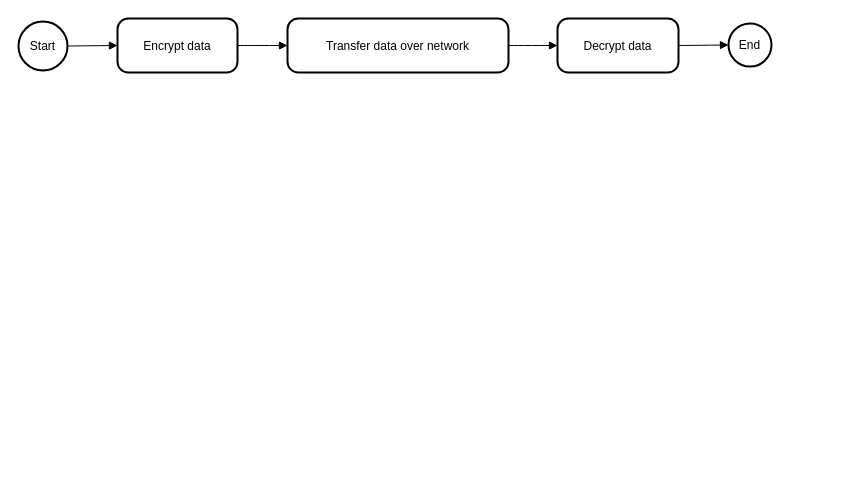
kartik1appsmartz/Test keeps this draw.io diagram as Untitled Diagram.drawio. Above is the earlier version. Source tidied: cells renumbered, new cells numbered last; positions are measured from the earlier drawing's top-left corner, leaving out a move shared by most shapes. Both pictures are drawn from the tidied source at 100%, with x=0, y=0 at pixel (18, 18).
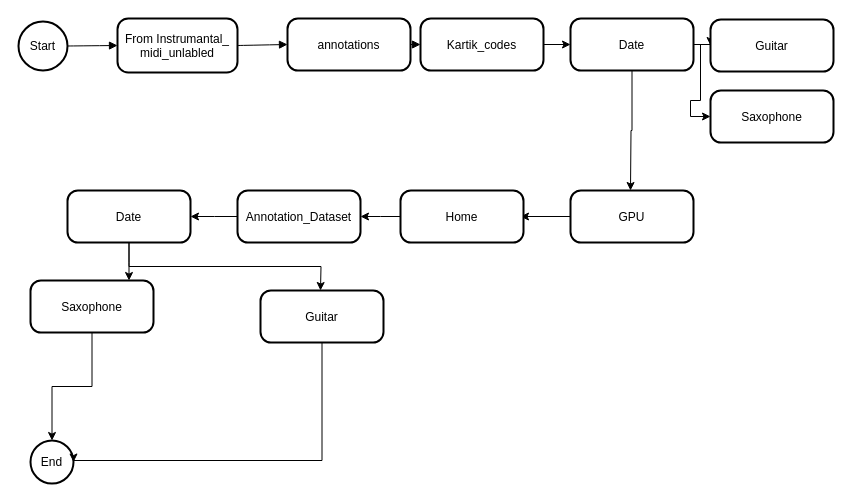
The same page after the edit.

Commit message:
Annotations_transfer

Change to the diagram source:
```diff
@@
-    <mxCell id="3" value="Encrypt data" style="rounded=1;arcSize=20;strokeWidth=2;" parent="1" vertex="1">
+    <mxCell id="3" value="From Instrumantal_&#10;midi_unlabled" style="rounded=1;arcSize=20;strokeWidth=2;" parent="1" vertex="1">
       <mxGeometry x="99" width="120" height="54" as="geometry" />
     </mxCell>
-    <mxCell id="4" value="Transfer data over network" style="rounded=1;arcSize=20;strokeWidth=2;" parent="1" vertex="1">
-      <mxGeometry x="269" width="221" height="54" as="geometry" />
+    <mxCell id="4" value="annotations" style="rounded=1;arcSize=20;strokeWidth=2;" parent="1" vertex="1">
+      <mxGeometry x="269" width="123" height="52" as="geometry" />
     </mxCell>
-    <mxCell id="5" value="Decrypt data" style="rounded=1;arcSize=20;strokeWidth=2;" parent="1" vertex="1">
-      <mxGeometry x="539" width="121" height="54" as="geometry" />
-    </mxCell>
     <mxCell id="6" value="End" style="ellipse;strokeWidth=2;whiteSpace=wrap;" parent="1" vertex="1">
-      <mxGeometry x="710" y="5" width="43" height="43" as="geometry" />
+      <mxGeometry x="12" y="422" width="43" height="43" as="geometry" />
     </mxCell>
@@
-    <mxCell id="9" style="curved=1;startArrow=none;endArrow=block;exitX=1;exitY=0.5;entryX=0;entryY=0.5;" parent="1" edge="1" source="4" target="5">
-      <mxGeometry relative="1" as="geometry" />
-    </mxCell>
-    <mxCell id="10" style="curved=1;startArrow=none;endArrow=block;exitX=1;exitY=0.5;entryX=0;entryY=0.51;" parent="1" edge="1" source="5" target="6">
-      <mxGeometry relative="1" as="geometry" />
-    </mxCell>
+    <mxCell id="11" style="curved=1;startArrow=none;endArrow=block;exitX=1;exitY=0.5;entryX=0;entryY=0.5;" parent="1" edge="1" source="4" target="13">
+      <mxGeometry relative="1" as="geometry" />
+    </mxCell>
+    <mxCell id="12" style="edgeStyle=orthogonalEdgeStyle;rounded=0;jettySize=auto;html=1;exitX=1;exitY=0.5;exitDx=0;exitDy=0;entryX=0;entryY=0.5;entryDx=0;entryDy=0;" parent="1" edge="1" source="13" target="17">
+      <mxGeometry relative="1" as="geometry" />
+    </mxCell>
+    <mxCell id="13" value="Kartik_codes" style="rounded=1;arcSize=20;strokeWidth=2;" parent="1" vertex="1">
+      <mxGeometry x="402" width="123" height="52" as="geometry" />
+    </mxCell>
+    <mxCell id="14" style="edgeStyle=orthogonalEdgeStyle;rounded=0;jettySize=auto;html=1;exitX=1;exitY=0.5;exitDx=0;exitDy=0;entryX=0;entryY=0.5;entryDx=0;entryDy=0;" parent="1" edge="1" source="17" target="19">
+      <mxGeometry relative="1" as="geometry" />
+    </mxCell>
+    <mxCell id="15" style="edgeStyle=orthogonalEdgeStyle;rounded=0;jettySize=auto;html=1;exitX=1;exitY=0.5;exitDx=0;exitDy=0;entryX=0;entryY=0.5;entryDx=0;entryDy=0;" parent="1" edge="1" source="17" target="18">
+      <mxGeometry relative="1" as="geometry">
+        <Array as="points">
+          <mxPoint x="682" y="26" />
+          <mxPoint x="682" y="82" />
+          <mxPoint x="672" y="82" />
+          <mxPoint x="672" y="98" />
+        </Array>
+      </mxGeometry>
+    </mxCell>
+    <mxCell id="16" style="edgeStyle=orthogonalEdgeStyle;rounded=0;jettySize=auto;html=1;exitX=0.5;exitY=1;exitDx=0;exitDy=0;" parent="1" edge="1" source="17">
+      <mxGeometry relative="1" as="geometry">
+        <mxPoint x="612" y="172" as="targetPoint" />
+      </mxGeometry>
+    </mxCell>
+    <mxCell id="17" value="Date" style="rounded=1;arcSize=20;strokeWidth=2;" parent="1" vertex="1">
+      <mxGeometry x="552" width="123" height="52" as="geometry" />
+    </mxCell>
+    <mxCell id="18" value="Saxophone" style="rounded=1;arcSize=20;strokeWidth=2;" parent="1" vertex="1">
+      <mxGeometry x="692" y="72" width="123" height="52" as="geometry" />
+    </mxCell>
+    <mxCell id="19" value="Guitar" style="rounded=1;arcSize=20;strokeWidth=2;" parent="1" vertex="1">
+      <mxGeometry x="692" y="1" width="123" height="52" as="geometry" />
+    </mxCell>
+    <mxCell id="20" style="edgeStyle=orthogonalEdgeStyle;rounded=0;jettySize=auto;html=1;exitX=0;exitY=0.5;exitDx=0;exitDy=0;" parent="1" edge="1" source="21">
+      <mxGeometry relative="1" as="geometry">
+        <mxPoint x="502" y="198" as="targetPoint" />
+      </mxGeometry>
+    </mxCell>
+    <mxCell id="21" value="GPU" style="rounded=1;arcSize=20;strokeWidth=2;" parent="1" vertex="1">
+      <mxGeometry x="552" y="172" width="123" height="52" as="geometry" />
+    </mxCell>
+    <mxCell id="22" style="edgeStyle=orthogonalEdgeStyle;rounded=0;jettySize=auto;html=1;exitX=0;exitY=0.5;exitDx=0;exitDy=0;" parent="1" edge="1" source="23">
+      <mxGeometry relative="1" as="geometry">
+        <mxPoint x="342" y="198" as="targetPoint" />
+      </mxGeometry>
+    </mxCell>
+    <mxCell id="23" value="Home" style="rounded=1;arcSize=20;strokeWidth=2;" parent="1" vertex="1">
+      <mxGeometry x="382" y="172" width="123" height="52" as="geometry" />
+    </mxCell>
+    <mxCell id="24" style="edgeStyle=orthogonalEdgeStyle;rounded=0;jettySize=auto;html=1;exitX=0;exitY=0.5;exitDx=0;exitDy=0;" parent="1" edge="1" source="25">
+      <mxGeometry relative="1" as="geometry">
+        <mxPoint x="172" y="198" as="targetPoint" />
+      </mxGeometry>
+    </mxCell>
+    <mxCell id="25" value="Annotation_Dataset" style="rounded=1;arcSize=20;strokeWidth=2;" parent="1" vertex="1">
+      <mxGeometry x="219" y="172" width="123" height="52" as="geometry" />
+    </mxCell>
+    <mxCell id="26" style="edgeStyle=orthogonalEdgeStyle;rounded=0;jettySize=auto;html=1;" parent="1" edge="1" source="28">
+      <mxGeometry relative="1" as="geometry">
+        <mxPoint x="110.5" y="262" as="targetPoint" />
+      </mxGeometry>
+    </mxCell>
+    <mxCell id="27" style="edgeStyle=orthogonalEdgeStyle;rounded=0;jettySize=auto;html=1;exitX=0.5;exitY=1;exitDx=0;exitDy=0;" parent="1" edge="1" source="28">
+      <mxGeometry relative="1" as="geometry">
+        <mxPoint x="302" y="272" as="targetPoint" />
+      </mxGeometry>
+    </mxCell>
+    <mxCell id="28" value="Date" style="rounded=1;arcSize=20;strokeWidth=2;" parent="1" vertex="1">
+      <mxGeometry x="49" y="172" width="123" height="52" as="geometry" />
+    </mxCell>
+    <mxCell id="29" style="edgeStyle=orthogonalEdgeStyle;rounded=0;jettySize=auto;html=1;exitX=0.5;exitY=1;exitDx=0;exitDy=0;entryX=1;entryY=0.5;entryDx=0;entryDy=0;" parent="1" edge="1" source="30" target="6">
+      <mxGeometry relative="1" as="geometry">
+        <Array as="points">
+          <mxPoint x="304" y="442" />
+          <mxPoint x="55" y="442" />
+        </Array>
+      </mxGeometry>
+    </mxCell>
+    <mxCell id="30" value="Guitar" style="rounded=1;arcSize=20;strokeWidth=2;" parent="1" vertex="1">
+      <mxGeometry x="242" y="272" width="123" height="52" as="geometry" />
+    </mxCell>
+    <mxCell id="31" style="edgeStyle=orthogonalEdgeStyle;rounded=0;jettySize=auto;html=1;exitX=0.5;exitY=1;exitDx=0;exitDy=0;" parent="1" edge="1" source="32" target="6">
+      <mxGeometry relative="1" as="geometry" />
+    </mxCell>
+    <mxCell id="32" value="Saxophone" style="rounded=1;arcSize=20;strokeWidth=2;" parent="1" vertex="1">
+      <mxGeometry x="12" y="262" width="123" height="52" as="geometry" />
+    </mxCell>
```
